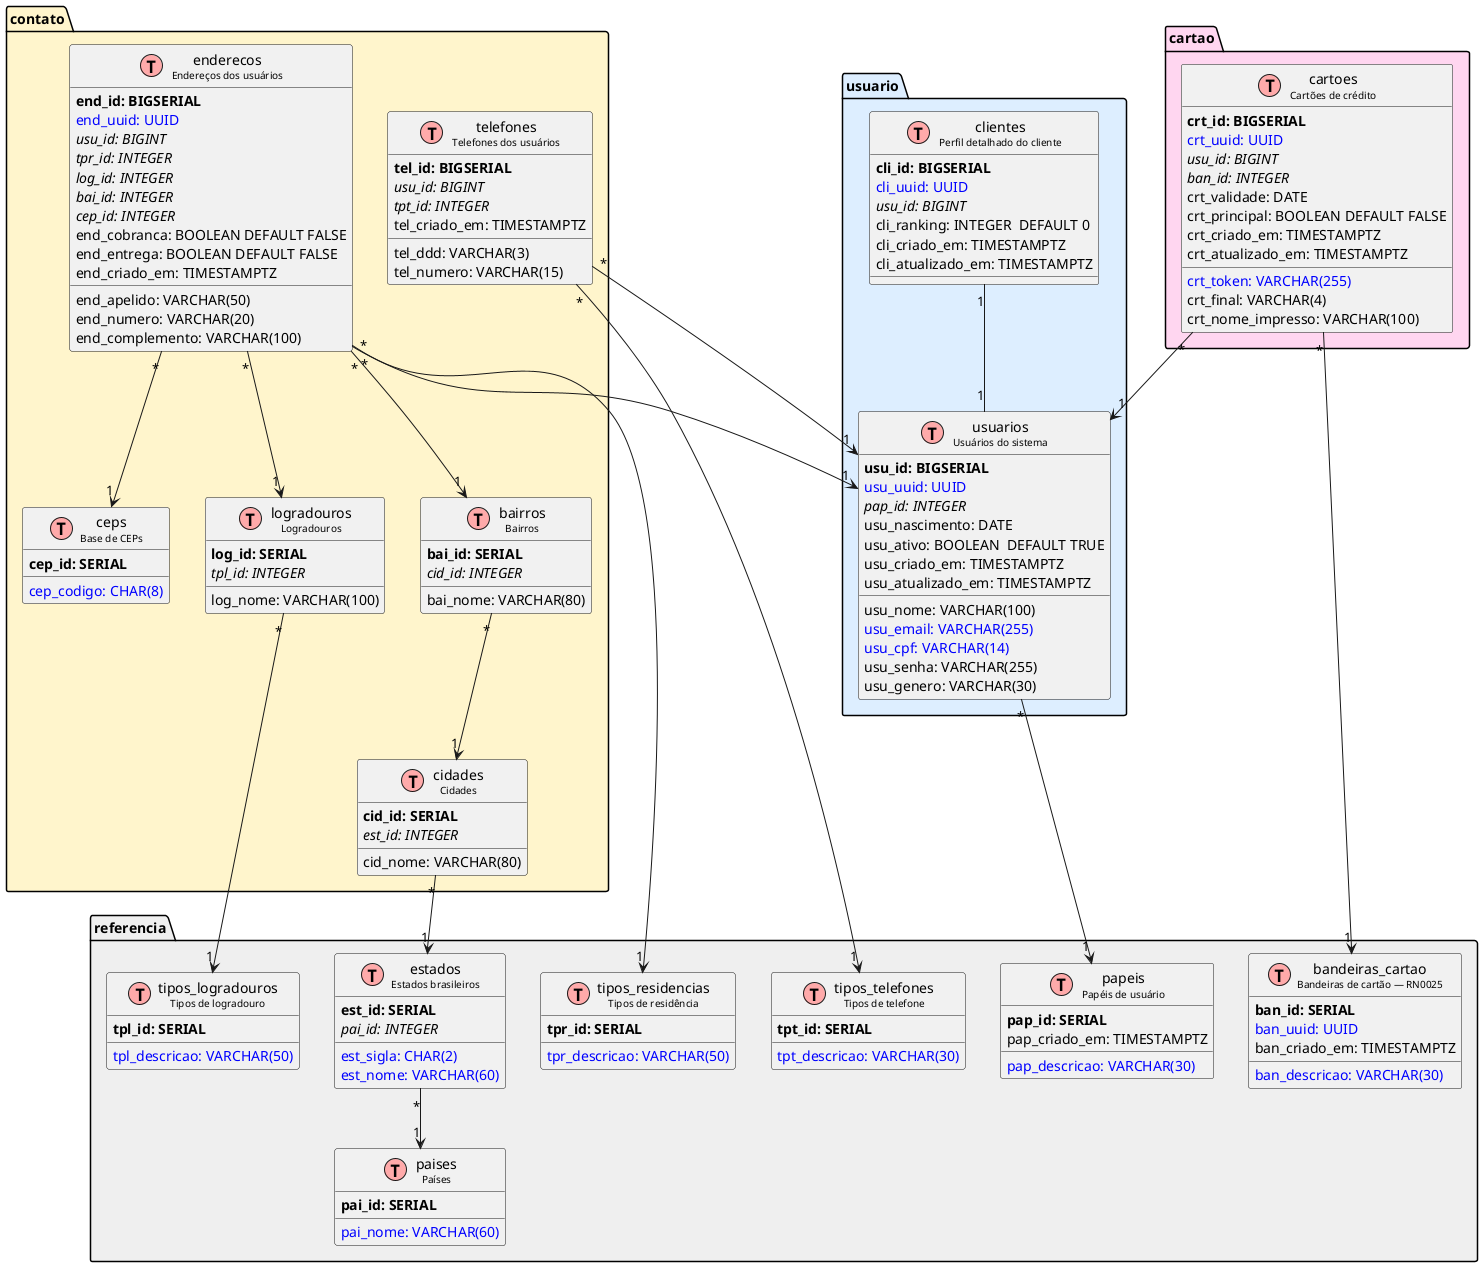
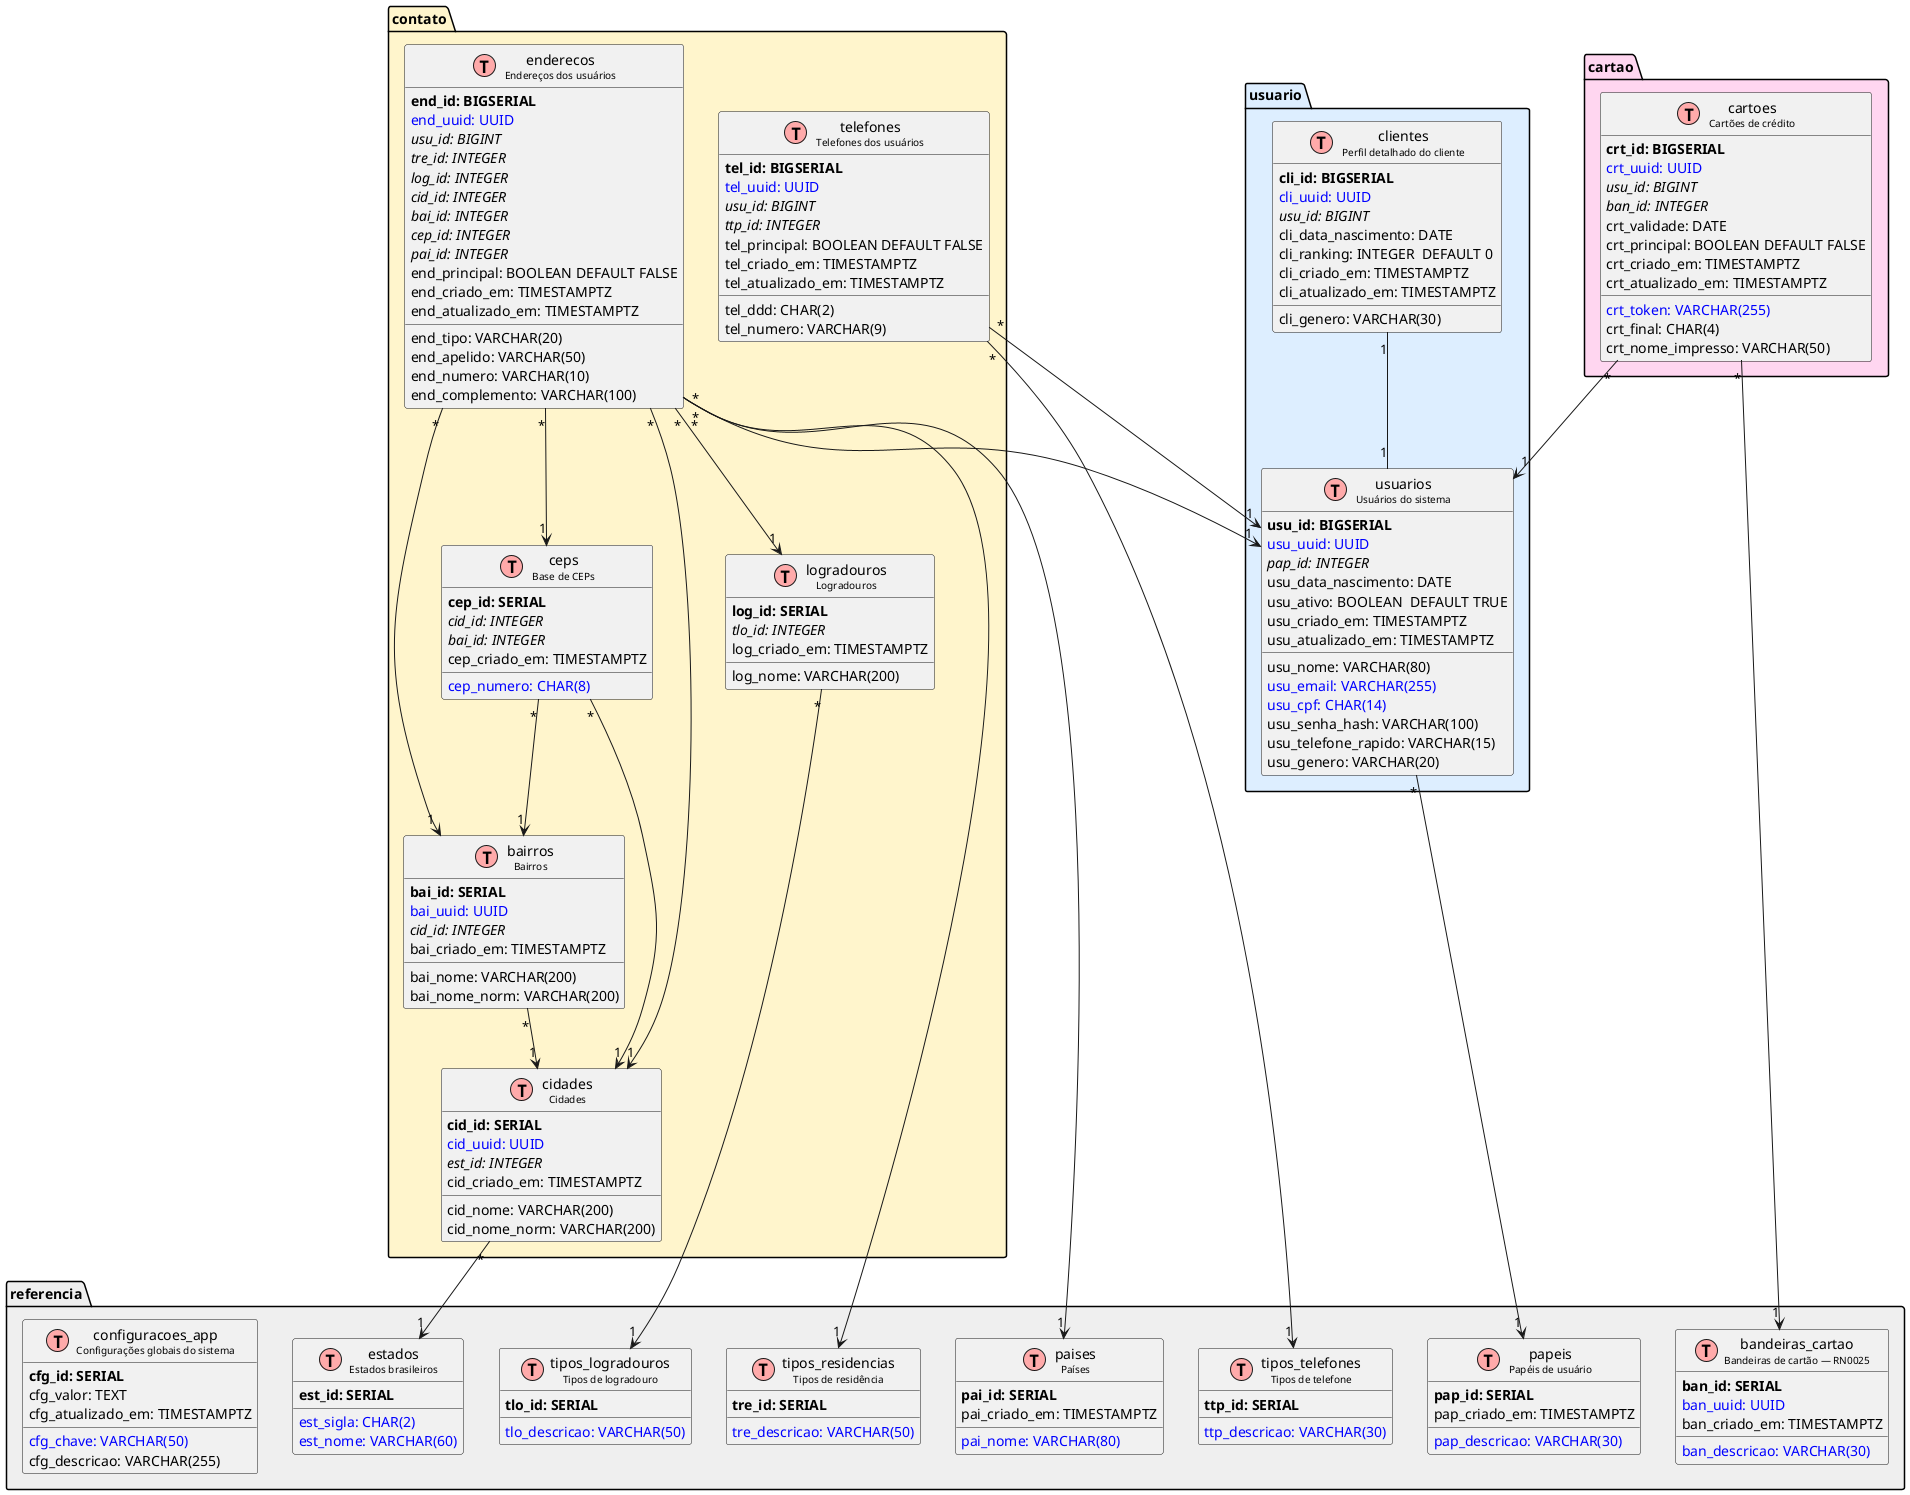
@startuml Schema ECM - E-Commerce de Livros

!define Table(name,desc) class name as "name\n<size:10>desc</size>" << (T,#FFAAAA) >>
!define PK(name)  <b>name</b>
!define FK(name)  <i>name</i>
!define UK(name)  <color:blue>name</color>
!define CK(name)  <color:orange>name</color>
!define EX(name)  <color:purple>name</color>

' Paleta de pacotes
' #EFEFEF  referencia    #DDEEFF  usuario
' #DDFFD4  contato       #FFF5CC  endereco
' #FFE8D6  localizacao   #FFD6F0  cartao

' =============================================================================
' DOMÍNIO: REFERENCIA — tabelas de domínio sem dependências externas
' =============================================================================
package "referencia" #EFEFEF {

    Table(papeis, "Papéis de usuário") {
        PK(pap_id: SERIAL)
        UK(pap_descricao: VARCHAR(30))
        pap_criado_em: TIMESTAMPTZ
    }

    Table(tipos_telefones, "Tipos de telefone") {
-         PK(tpt_id: SERIAL)
-         UK(tpt_descricao: VARCHAR(30))
+         PK(ttp_id: SERIAL)
+         UK(ttp_descricao: VARCHAR(30))
    }

    Table(tipos_logradouros, "Tipos de logradouro") {
-         PK(tpl_id: SERIAL)
-         UK(tpl_descricao: VARCHAR(50))
+         PK(tlo_id: SERIAL)
+         UK(tlo_descricao: VARCHAR(50))
    }

    Table(tipos_residencias, "Tipos de residência") {
-         PK(tpr_id: SERIAL)
-         UK(tpr_descricao: VARCHAR(50))
+         PK(tre_id: SERIAL)
+         UK(tre_descricao: VARCHAR(50))
    }

    Table(paises, "Países") {
        PK(pai_id: SERIAL)
-         UK(pai_nome: VARCHAR(60))
+         UK(pai_nome: VARCHAR(80))
+         pai_criado_em: TIMESTAMPTZ
    }

    Table(estados, "Estados brasileiros") {
        PK(est_id: SERIAL)
        UK(est_sigla: CHAR(2))
        UK(est_nome: VARCHAR(60))
-         FK(pai_id: INTEGER)
    }

    Table(bandeiras_cartao, "Bandeiras de cartão — RN0025") {
        PK(ban_id: SERIAL)
        UK(ban_uuid: UUID)
        UK(ban_descricao: VARCHAR(30))
        ban_criado_em: TIMESTAMPTZ
    }
+ 
+     Table(configuracoes_app, "Configurações globais do sistema") {
+         PK(cfg_id: SERIAL)
+         UK(cfg_chave: VARCHAR(50))
+         cfg_valor: TEXT
+         cfg_descricao: VARCHAR(255)
+         cfg_atualizado_em: TIMESTAMPTZ
+     }
}

' =============================================================================
' DOMÍNIO: USUARIO — identidade, autenticação e perfil do cliente
' =============================================================================
package "usuario" #DDEEFF {

    Table(usuarios, "Usuários do sistema") {
        PK(usu_id: BIGSERIAL)
        UK(usu_uuid: UUID)
-         usu_nome: VARCHAR(100)
+         usu_nome: VARCHAR(80)
        UK(usu_email: VARCHAR(255))
-         UK(usu_cpf: VARCHAR(14))
-         usu_senha: VARCHAR(255)
+         UK(usu_cpf: CHAR(14))
+         usu_senha_hash: VARCHAR(100)
        FK(pap_id: INTEGER)
-         usu_genero: VARCHAR(30)
-         usu_nascimento: DATE
+         usu_telefone_rapido: VARCHAR(15)
+         usu_genero: VARCHAR(20)
+         usu_data_nascimento: DATE
        usu_ativo: BOOLEAN  DEFAULT TRUE
        usu_criado_em: TIMESTAMPTZ
        usu_atualizado_em: TIMESTAMPTZ
    }

    Table(clientes, "Perfil detalhado do cliente") {
        PK(cli_id: BIGSERIAL)
        UK(cli_uuid: UUID)
        FK(usu_id: BIGINT)
+         cli_genero: VARCHAR(30)
+         cli_data_nascimento: DATE
        cli_ranking: INTEGER  DEFAULT 0
        cli_criado_em: TIMESTAMPTZ
        cli_atualizado_em: TIMESTAMPTZ
    }
}

' =============================================================================
' DOMÍNIO: CONTATO E LOCALIZAÇÃO — endereços e telefones
' =============================================================================
package "contato" #FFF5CC {

    Table(ceps, "Base de CEPs") {
        PK(cep_id: SERIAL)
-         UK(cep_codigo: CHAR(8))
+         UK(cep_numero: CHAR(8))
+         FK(cid_id: INTEGER)
+         FK(bai_id: INTEGER)
+         cep_criado_em: TIMESTAMPTZ
    }

    Table(cidades, "Cidades") {
        PK(cid_id: SERIAL)
-         cid_nome: VARCHAR(80)
+         UK(cid_uuid: UUID)
+         cid_nome: VARCHAR(200)
+         cid_nome_norm: VARCHAR(200)
        FK(est_id: INTEGER)
+         cid_criado_em: TIMESTAMPTZ
    }

    Table(bairros, "Bairros") {
        PK(bai_id: SERIAL)
-         bai_nome: VARCHAR(80)
+         UK(bai_uuid: UUID)
+         bai_nome: VARCHAR(200)
+         bai_nome_norm: VARCHAR(200)
        FK(cid_id: INTEGER)
+         bai_criado_em: TIMESTAMPTZ
    }

    Table(logradouros, "Logradouros") {
        PK(log_id: SERIAL)
-         log_nome: VARCHAR(100)
-         FK(tpl_id: INTEGER)
+         FK(tlo_id: INTEGER)
+         log_nome: VARCHAR(200)
+         log_criado_em: TIMESTAMPTZ
    }

    Table(telefones, "Telefones dos usuários") {
        PK(tel_id: BIGSERIAL)
-         FK(usu_id: BIGINT)
-         FK(tpt_id: INTEGER)
-         tel_ddd: VARCHAR(3)
-         tel_numero: VARCHAR(15)
+         UK(tel_uuid: UUID)
+         FK(usu_id: BIGINT)
+         FK(ttp_id: INTEGER)
+         tel_ddd: CHAR(2)
+         tel_numero: VARCHAR(9)
+         tel_principal: BOOLEAN DEFAULT FALSE
        tel_criado_em: TIMESTAMPTZ
+         tel_atualizado_em: TIMESTAMPTZ
    }

    Table(enderecos, "Endereços dos usuários") {
        PK(end_id: BIGSERIAL)
        UK(end_uuid: UUID)
        FK(usu_id: BIGINT)
+         end_tipo: VARCHAR(20)
        end_apelido: VARCHAR(50)
-         FK(tpr_id: INTEGER)
+         FK(tre_id: INTEGER)
        FK(log_id: INTEGER)
-         end_numero: VARCHAR(20)
+         end_numero: VARCHAR(10)
        end_complemento: VARCHAR(100)
+         FK(cid_id: INTEGER)
        FK(bai_id: INTEGER)
        FK(cep_id: INTEGER)
-         end_cobranca: BOOLEAN DEFAULT FALSE
-         end_entrega: BOOLEAN DEFAULT FALSE
+         FK(pai_id: INTEGER)
+         end_principal: BOOLEAN DEFAULT FALSE
        end_criado_em: TIMESTAMPTZ
+         end_atualizado_em: TIMESTAMPTZ
    }
}

' =============================================================================
' DOMÍNIO: CARTAO — cartões de crédito do cliente
' =============================================================================
package "cartao" #FFD6F0 {

    Table(cartoes, "Cartões de crédito") {
        PK(crt_id: BIGSERIAL)
        UK(crt_uuid: UUID)
        FK(usu_id: BIGINT)
        FK(ban_id: INTEGER)
        UK(crt_token: VARCHAR(255))
-         crt_final: VARCHAR(4)
-         crt_nome_impresso: VARCHAR(100)
+         crt_final: CHAR(4)
+         crt_nome_impresso: VARCHAR(50)
        crt_validade: DATE
        crt_principal: BOOLEAN DEFAULT FALSE
        crt_criado_em: TIMESTAMPTZ
        crt_atualizado_em: TIMESTAMPTZ
    }
}

' Relacionamentos
usuarios   "*" --> "1" papeis
clientes   "1" -- "1" usuarios
telefones  "*" --> "1" usuarios
telefones  "*" --> "1" tipos_telefones
enderecos  "*" --> "1" usuarios
enderecos  "*" --> "1" tipos_residencias
enderecos  "*" --> "1" logradouros
enderecos  "*" --> "1" bairros
enderecos  "*" --> "1" ceps
+ enderecos  "*" --> "1" cidades
+ enderecos  "*" --> "1" paises
+ ceps       "*" --> "1" cidades
+ ceps       "*" --> "1" bairros
logradouros "*" --> "1" tipos_logradouros
bairros    "*" --> "1" cidades
cidades    "*" --> "1" estados
- estados    "*" --> "1" paises
cartoes    "*" --> "1" usuarios
cartoes    "*" --> "1" bandeiras_cartao

@enduml
